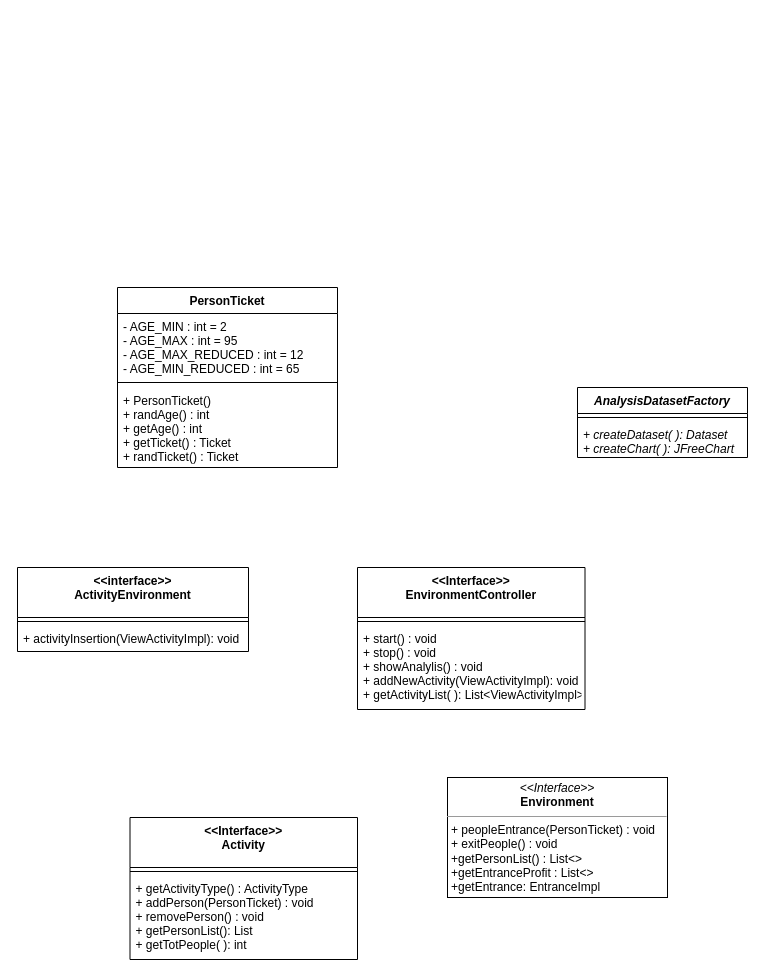
This is page "Page-8" (8 of 8) of Untitled Diagram.drawio from metaphori/students-oop20-liveLand, a draw.io file, before an edit. Source tidied: cells renumbered, new cells numbered last; positions are measured from the earlier drawing's top-left corner, leaving out a move shared by most shapes. Both pictures are drawn from the tidied source at 100%, with x=0, y=0 at pixel (17, 287).
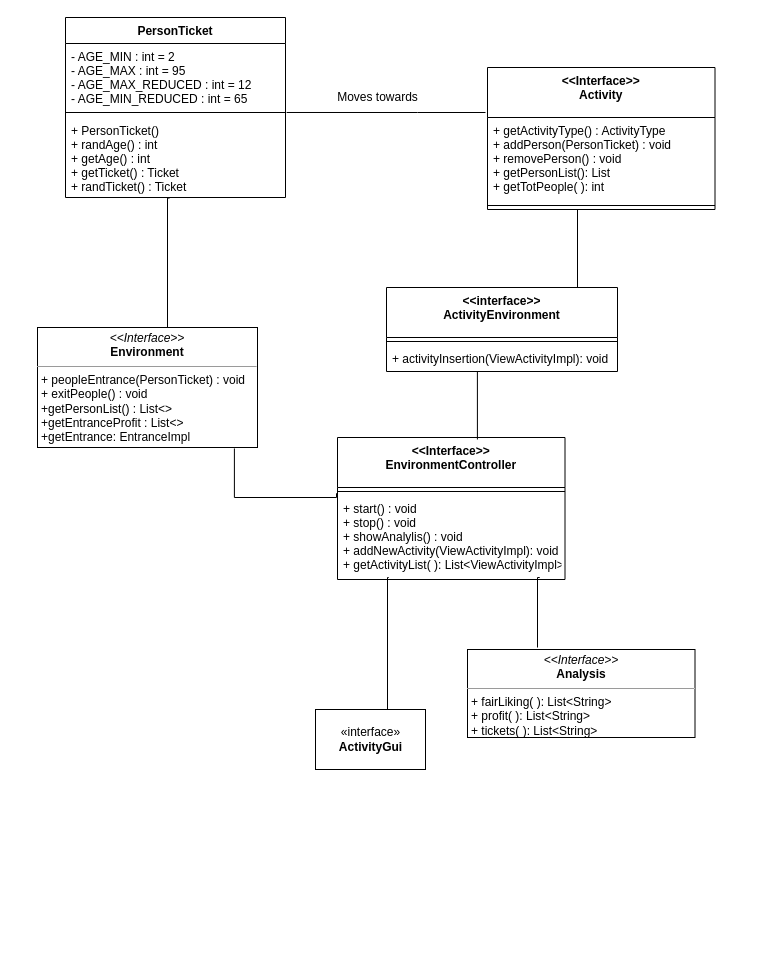
After the change.

The change refers to these unchanged cells:
```xml
<mxCell id="7" value="+ start() : void&#10;+ stop() : void&#10;+ showAnalylis() : void&#10;+ addNewActivity(ViewActivityImpl): void&#10;+ getActivityList( ): List&lt;ViewActivityImpl&gt;" style="text;strokeColor=none;fillColor=none;align=left;verticalAlign=top;spacingLeft=4;spacingRight=4;overflow=hidden;points=[[0,0.5],[1,0.5]];portConstraint=eastwest;fontSize=12;" parent="5" vertex="1">
  <mxGeometry y="58" width="227.5" height="84" as="geometry" />
</mxCell>
<mxCell id="12" value="- AGE_MIN : int = 2&#10;- AGE_MAX : int = 95&#10;- AGE_MAX_REDUCED : int = 12&#10;- AGE_MIN_REDUCED : int = 65&#10;&#10;" style="text;strokeColor=none;fillColor=none;align=left;verticalAlign=top;spacingLeft=4;spacingRight=4;overflow=hidden;points=[[0,0.5],[1,0.5]];portConstraint=eastwest;" parent="11" vertex="1">
  <mxGeometry y="26" width="220" height="64" as="geometry" />
</mxCell>
<mxCell id="14" value="+ PersonTicket()&#10;+ randAge() : int&#10;+ getAge() : int&#10;+ getTicket() : Ticket&#10;+ randTicket() : Ticket" style="text;strokeColor=none;fillColor=none;align=left;verticalAlign=top;spacingLeft=4;spacingRight=4;overflow=hidden;points=[[0,0.5],[1,0.5]];portConstraint=eastwest;" parent="11" vertex="1">
  <mxGeometry y="100" width="220" height="80" as="geometry" />
</mxCell>
```

Diff of the diagram source:
```diff
@@
     <mxCell id="2" value="&lt;&lt;interface&gt;&gt;&#10;ActivityEnvironment" style="swimlane;fontStyle=1;align=center;verticalAlign=top;horizontal=1;startSize=50;fontSize=12;" parent="1" vertex="1">
-      <mxGeometry y="280" width="231" height="84" as="geometry" />
+      <mxGeometry x="369" width="231" height="84" as="geometry" />
     </mxCell>
@@
     <mxCell id="5" value="&lt;&lt;Interface&gt;&gt;&#10;EnvironmentController" style="swimlane;fontStyle=1;align=center;verticalAlign=top;horizontal=1;startSize=50;fontSize=12;" parent="1" vertex="1">
-      <mxGeometry x="340" y="280" width="227.5" height="142" as="geometry" />
+      <mxGeometry x="320" y="150" width="227.5" height="142" as="geometry" />
     </mxCell>
@@
-    <mxCell id="8" value="&lt;&lt;Interface&gt;&gt;&#10;Activity" style="swimlane;fontStyle=1;align=center;verticalAlign=top;horizontal=1;startSize=50;fontSize=12;" parent="1" vertex="1">
-      <mxGeometry x="112.5" y="530" width="227.5" height="142" as="geometry" />
-    </mxCell>
-    <mxCell id="9" style="line;strokeWidth=1;fillColor=none;align=left;verticalAlign=middle;spacingTop=-1;spacingLeft=3;spacingRight=3;labelPosition=right;fontSize=12;" parent="8" vertex="1">
-      <mxGeometry y="50" width="227.5" height="8" as="geometry" />
-    </mxCell>
-    <mxCell id="10" value="+ getActivityType() : ActivityType&#10;+ addPerson(PersonTicket) : void&#10;+ removePerson() : void&#10;+ getPersonList(): List&#10;+ getTotPeople( ): int" style="text;strokeColor=none;fillColor=none;align=left;verticalAlign=top;spacingLeft=4;spacingRight=4;overflow=hidden;fontSize=12;" parent="8" vertex="1">
-      <mxGeometry y="58" width="227.5" height="84" as="geometry" />
-    </mxCell>
     <mxCell id="11" value="PersonTicket" style="swimlane;fontStyle=1;align=center;verticalAlign=top;horizontal=1;startSize=26;" parent="1" vertex="1">
-      <mxGeometry x="100" width="220" height="180" as="geometry" />
+      <mxGeometry x="48" y="-270" width="220" height="180" as="geometry" />
     </mxCell>
@@
     <mxCell id="15" value="&lt;p style=&quot;margin: 0px ; margin-top: 4px ; text-align: center&quot;&gt;&lt;i&gt;&amp;lt;&amp;lt;Interface&amp;gt;&amp;gt;&lt;/i&gt;&lt;br&gt;&lt;b&gt;Environment&lt;/b&gt;&lt;/p&gt;&lt;hr size=&quot;1&quot;&gt;&lt;p style=&quot;margin: 0px ; margin-left: 4px&quot;&gt;+ peopleEntrance(PersonTicket) : void&lt;/p&gt;&lt;p style=&quot;margin: 0px ; margin-left: 4px&quot;&gt;+ exitPeople() : void&lt;/p&gt;&lt;p style=&quot;margin: 0px ; margin-left: 4px&quot;&gt;+getPersonList() : List&amp;lt;&amp;gt;&lt;/p&gt;&lt;p style=&quot;margin: 0px ; margin-left: 4px&quot;&gt;+getEntranceProfit : List&amp;lt;&amp;gt;&lt;/p&gt;&lt;p style=&quot;margin: 0px ; margin-left: 4px&quot;&gt;+getEntrance: EntranceImpl&lt;/p&gt;" style="verticalAlign=top;align=left;overflow=fill;fontSize=12;fontFamily=Helvetica;html=1;" parent="1" vertex="1">
-      <mxGeometry x="430" y="490" width="220" height="120" as="geometry" />
+      <mxGeometry x="20" y="40" width="220" height="120" as="geometry" />
     </mxCell>
-    <mxCell id="16" value="AnalysisDatasetFactory" style="swimlane;fontStyle=3;align=center;verticalAlign=top;horizontal=1;startSize=26;" parent="1" vertex="1">
-      <mxGeometry x="560" y="100" width="170" height="70" as="geometry" />
-    </mxCell>
-    <mxCell id="17" style="line;strokeWidth=1;fillColor=none;align=left;verticalAlign=middle;spacingTop=-1;spacingLeft=3;spacingRight=3;labelPosition=right;" parent="16" vertex="1">
-      <mxGeometry y="26" width="170" height="8" as="geometry" />
-    </mxCell>
-    <mxCell id="18" value="+ createDataset( ): Dataset&#10;+ createChart( ): JFreeChart" style="text;strokeColor=none;fillColor=none;align=left;verticalAlign=top;spacingLeft=4;spacingRight=4;overflow=hidden;fontStyle=2;" parent="16" vertex="1">
-      <mxGeometry y="34" width="170" height="36" as="geometry" />
-    </mxCell>
+    <mxCell id="8" value="&lt;&lt;Interface&gt;&gt;&#10;Activity" style="swimlane;fontStyle=1;align=center;verticalAlign=top;horizontal=1;startSize=50;fontSize=12;" parent="1" vertex="1">
+      <mxGeometry x="470" y="-220" width="227.5" height="142" as="geometry" />
+    </mxCell>
+    <mxCell id="10" value="+ getActivityType() : ActivityType&#10;+ addPerson(PersonTicket) : void&#10;+ removePerson() : void&#10;+ getPersonList(): List&#10;+ getTotPeople( ): int" style="text;strokeColor=none;fillColor=none;align=left;verticalAlign=top;spacingLeft=4;spacingRight=4;overflow=hidden;fontSize=12;" parent="8" vertex="1">
+      <mxGeometry y="50" width="227.5" height="84" as="geometry" />
+    </mxCell>
+    <mxCell id="9" style="line;strokeWidth=1;fillColor=none;align=left;verticalAlign=middle;spacingTop=-1;spacingLeft=3;spacingRight=3;labelPosition=right;fontSize=12;" parent="8" vertex="1">
+      <mxGeometry y="134" width="227.5" height="8" as="geometry" />
+    </mxCell>
+    <mxCell id="19" value="«interface»&lt;br style=&quot;font-size: 12px;&quot;&gt;&lt;b style=&quot;font-size: 12px;&quot;&gt;ActivityGui&lt;/b&gt;" style="html=1;fontSize=12;" parent="1" vertex="1">
+      <mxGeometry x="298" y="422" width="110" height="60" as="geometry" />
+    </mxCell>
+    <mxCell id="20" style="endArrow=none;html=1;edgeStyle=orthogonalEdgeStyle;rounded=0;exitX=1.005;exitY=1.078;exitDx=0;exitDy=0;exitPerimeter=0;" parent="1" edge="1" source="12">
+      <mxGeometry relative="1" as="geometry">
+        <mxPoint x="468" y="-175" as="targetPoint" />
+        <Array as="points">
+          <mxPoint x="400" y="-175" />
+          <mxPoint x="400" y="-175" />
+        </Array>
+      </mxGeometry>
+    </mxCell>
+    <mxCell id="21" style="endArrow=none;html=1;edgeStyle=orthogonalEdgeStyle;rounded=0;exitX=0.473;exitY=1.007;exitDx=0;exitDy=0;exitPerimeter=0;" parent="1" edge="1" source="14" target="15">
+      <mxGeometry relative="1" as="geometry">
+        <Array as="points">
+          <mxPoint x="150" y="-89" />
+        </Array>
+      </mxGeometry>
+    </mxCell>
+    <mxCell id="22" value="Moves towards" style="text;html=1;align=center;verticalAlign=middle;strokeColor=none;fillColor=none;" parent="1" vertex="1">
+      <mxGeometry x="310" y="-200" width="100" height="20" as="geometry" />
+    </mxCell>
+    <mxCell id="23" style="endArrow=none;html=1;edgeStyle=orthogonalEdgeStyle;rounded=0;entryX=0.895;entryY=1.008;entryDx=0;entryDy=0;entryPerimeter=0;exitX=0;exitY=0.019;exitDx=0;exitDy=0;exitPerimeter=0;" parent="1" edge="1" source="7" target="15">
+      <mxGeometry relative="1" as="geometry">
+        <Array as="points">
+          <mxPoint x="320" y="206" />
+          <mxPoint x="319" y="206" />
+          <mxPoint x="319" y="210" />
+          <mxPoint x="217" y="210" />
+        </Array>
+      </mxGeometry>
+    </mxCell>
+    <mxCell id="24" style="endArrow=none;html=1;edgeStyle=orthogonalEdgeStyle;rounded=0;exitX=0.473;exitY=1.007;exitDx=0;exitDy=0;exitPerimeter=0;entryX=0.615;entryY=0.014;entryDx=0;entryDy=0;entryPerimeter=0;" parent="1" edge="1" target="5">
+      <mxGeometry relative="1" as="geometry">
+        <mxPoint x="462.1" y="84" as="sourcePoint" />
+        <Array as="points">
+          <mxPoint x="460" y="84" />
+        </Array>
+      </mxGeometry>
+    </mxCell>
+    <mxCell id="25" style="endArrow=none;html=1;edgeStyle=orthogonalEdgeStyle;rounded=0;exitX=0.473;exitY=1.007;exitDx=0;exitDy=0;exitPerimeter=0;" parent="1" edge="1">
+      <mxGeometry relative="1" as="geometry">
+        <mxPoint x="562.1" y="-78" as="sourcePoint" />
+        <mxPoint x="560" as="targetPoint" />
+        <Array as="points">
+          <mxPoint x="560" y="-77.6" />
+        </Array>
+      </mxGeometry>
+    </mxCell>
+    <mxCell id="26" style="endArrow=none;html=1;edgeStyle=orthogonalEdgeStyle;rounded=0;exitX=0.473;exitY=1.007;exitDx=0;exitDy=0;exitPerimeter=0;entryX=1;entryY=0;entryDx=0;entryDy=0;" parent="1" edge="1" target="19">
+      <mxGeometry relative="1" as="geometry">
+        <mxPoint x="371.2" y="290" as="sourcePoint" />
+        <Array as="points">
+          <mxPoint x="370" y="290" />
+        </Array>
+      </mxGeometry>
+    </mxCell>
+    <mxCell id="27" style="endArrow=none;html=1;edgeStyle=orthogonalEdgeStyle;rounded=0;exitX=0.473;exitY=1.007;exitDx=0;exitDy=0;exitPerimeter=0;" parent="1" edge="1">
+      <mxGeometry relative="1" as="geometry">
+        <mxPoint x="522.2" y="290" as="sourcePoint" />
+        <mxPoint x="520" y="360" as="targetPoint" />
+        <Array as="points">
+          <mxPoint x="520.1" y="290" />
+        </Array>
+      </mxGeometry>
+    </mxCell>
+    <mxCell id="28" value="&lt;p style=&quot;margin: 0px ; margin-top: 4px ; text-align: center&quot;&gt;&lt;i&gt;&amp;lt;&amp;lt;Interface&amp;gt;&amp;gt;&lt;/i&gt;&lt;br&gt;&lt;b&gt;Analysis&lt;/b&gt;&lt;/p&gt;&lt;hr size=&quot;1&quot;&gt;&lt;p style=&quot;margin: 0px ; margin-left: 4px&quot;&gt;+ fairLiking( ): List&amp;lt;String&amp;gt;&lt;br&gt;&lt;/p&gt;&lt;p style=&quot;margin: 0px ; margin-left: 4px&quot;&gt;+ profit( ): List&amp;lt;String&amp;gt;&lt;/p&gt;&lt;p style=&quot;margin: 0px ; margin-left: 4px&quot;&gt;+ tickets( ): List&amp;lt;String&amp;gt;&lt;/p&gt;&lt;p style=&quot;margin: 0px ; margin-left: 4px&quot;&gt;&lt;br&gt;&lt;/p&gt;" style="verticalAlign=top;align=left;overflow=fill;fontSize=12;fontFamily=Helvetica;html=1;" parent="1" vertex="1">
+      <mxGeometry x="450" y="362" width="227.5" height="88" as="geometry" />
+    </mxCell>
```
